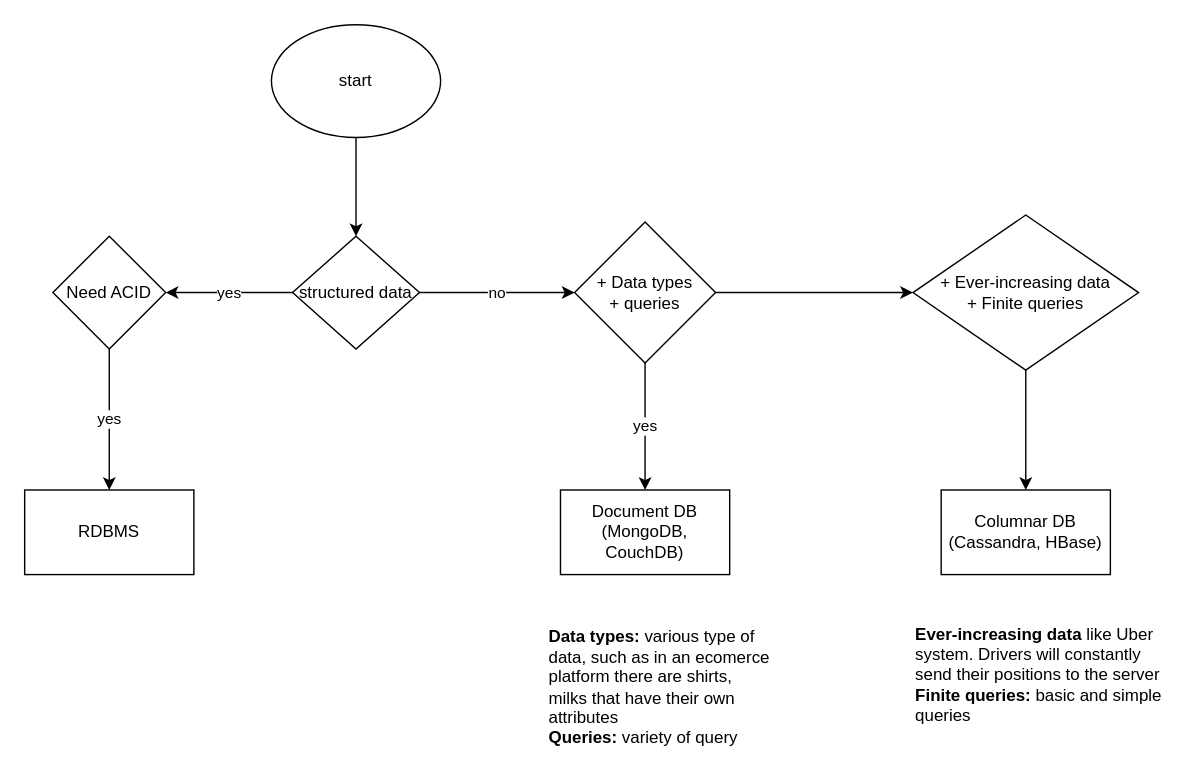
Earlier version of the draw.io diagram sql_nosql.drawio (kiennt9696/system-design). Source tidied: cells renumbered, new cells numbered last; positions are measured from the earlier drawing's top-left corner, leaving out a move shared by most shapes. Both pictures are drawn from the tidied source at 141%, with x=0, y=0 at pixel (24, 24).
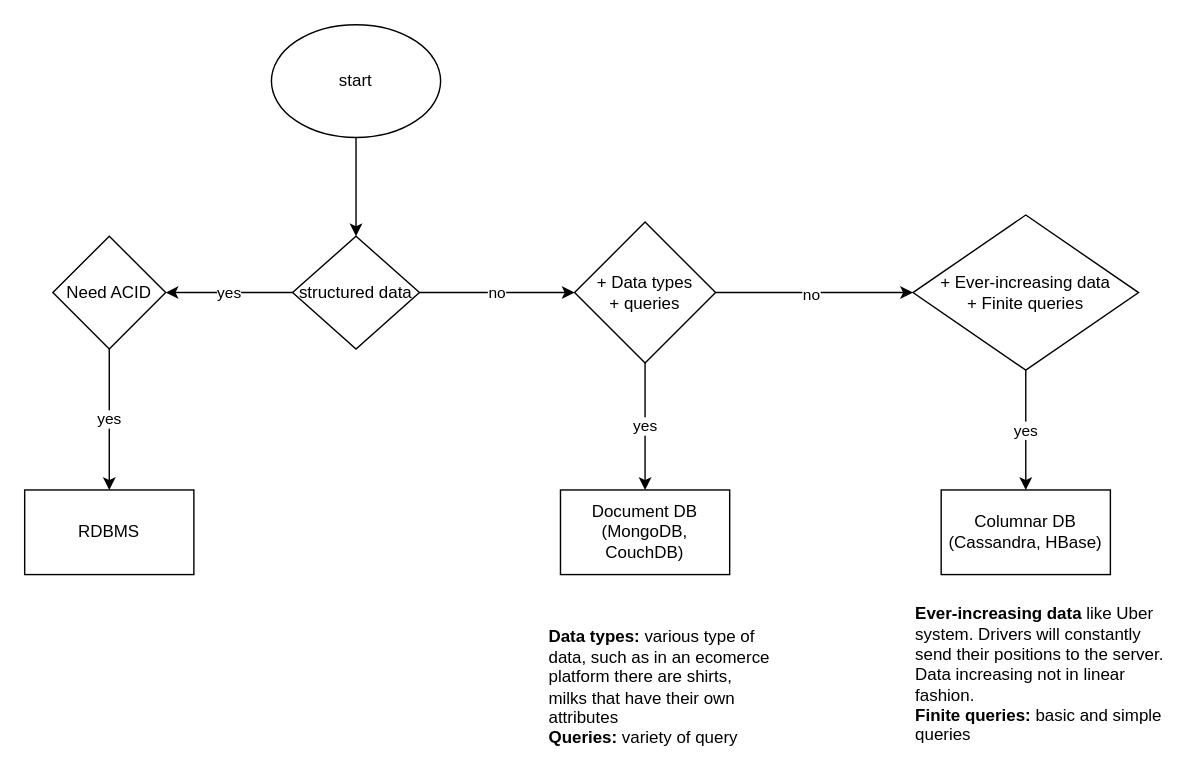
The same page after the edit.

Diff of the diagram source:
```diff
@@
 <mxGraphModel>
   <root>
     <mxCell id="0" />
     <mxCell id="1" parent="0" />
     <mxCell id="2" style="edgeStyle=orthogonalEdgeStyle;rounded=0;jettySize=auto;html=1;entryX=0.5;entryY=0;entryDx=0;entryDy=0;" parent="1" edge="1" source="3" target="6">
       <mxGeometry relative="1" as="geometry" />
     </mxCell>
     <mxCell id="3" value="start" style="ellipse;whiteSpace=wrap;html=1;" parent="1" vertex="1">
       <mxGeometry x="175" width="120" height="80" as="geometry" />
     </mxCell>
     <mxCell id="4" value="yes" style="edgeStyle=orthogonalEdgeStyle;rounded=0;jettySize=auto;html=1;" parent="1" edge="1" source="6" target="8">
       <mxGeometry relative="1" as="geometry" />
     </mxCell>
     <mxCell id="5" value="no" style="edgeStyle=orthogonalEdgeStyle;rounded=0;jettySize=auto;html=1;entryX=0;entryY=0.5;entryDx=0;entryDy=0;" parent="1" edge="1" source="6" target="12">
       <mxGeometry relative="1" as="geometry" />
     </mxCell>
     <mxCell id="6" value="structured data" style="rhombus;whiteSpace=wrap;html=1;" parent="1" vertex="1">
       <mxGeometry x="190" y="150" width="90" height="80" as="geometry" />
     </mxCell>
     <mxCell id="7" value="yes" style="edgeStyle=orthogonalEdgeStyle;rounded=0;jettySize=auto;html=1;" parent="1" edge="1" source="8" target="9">
       <mxGeometry relative="1" as="geometry" />
     </mxCell>
     <mxCell id="8" value="Need ACID" style="rhombus;whiteSpace=wrap;html=1;" parent="1" vertex="1">
       <mxGeometry x="20" y="150" width="80" height="80" as="geometry" />
     </mxCell>
     <mxCell id="9" value="RDBMS" style="rounded=0;whiteSpace=wrap;html=1;" parent="1" vertex="1">
       <mxGeometry y="330" width="120" height="60" as="geometry" />
     </mxCell>
     <mxCell id="10" value="yes" style="edgeStyle=orthogonalEdgeStyle;rounded=0;jettySize=auto;html=1;" parent="1" edge="1" source="12" target="13">
       <mxGeometry relative="1" as="geometry" />
     </mxCell>
     <mxCell id="11" style="edgeStyle=orthogonalEdgeStyle;rounded=0;jettySize=auto;html=1;" parent="1" edge="1" source="12" target="15">
       <mxGeometry relative="1" as="geometry" />
     </mxCell>
+    <mxCell id="19" value="no" style="edgeLabel;html=1;align=center;verticalAlign=middle;" parent="11" vertex="1">
+      <mxGeometry x="-0.04" y="-1" relative="1" as="geometry" />
+    </mxCell>
     <mxCell id="12" value="+ Data types&lt;div&gt;+ queries&lt;/div&gt;" style="rhombus;whiteSpace=wrap;html=1;" parent="1" vertex="1">
       <mxGeometry x="390" y="140" width="100" height="100" as="geometry" />
     </mxCell>
     <mxCell id="13" value="Document DB&lt;br&gt;(MongoDB, CouchDB)" style="whiteSpace=wrap;html=1;" parent="1" vertex="1">
       <mxGeometry x="380" y="330" width="120" height="60" as="geometry" />
     </mxCell>
-    <mxCell id="14" style="edgeStyle=orthogonalEdgeStyle;rounded=0;jettySize=auto;html=1;" parent="1" edge="1" source="15" target="17">
+    <mxCell id="14" value="yes" style="edgeStyle=orthogonalEdgeStyle;rounded=0;jettySize=auto;html=1;" parent="1" edge="1" source="15" target="17">
       <mxGeometry relative="1" as="geometry" />
     </mxCell>
     <mxCell id="15" value="+ Ever-increasing data&lt;br&gt;+ Finite queries" style="rhombus;whiteSpace=wrap;html=1;" parent="1" vertex="1">
       <mxGeometry x="630" y="135" width="160" height="110" as="geometry" />
     </mxCell>
     <mxCell id="16" value="&lt;b&gt;Data types:&lt;/b&gt; various type of data, such as in an ecomerce platform there are shirts, milks that have their own attributes&lt;br&gt;&lt;b&gt;Queries: &lt;/b&gt;variety of query" style="text;html=1;align=left;verticalAlign=middle;whiteSpace=wrap;rounded=0;" parent="1" vertex="1">
       <mxGeometry x="370" y="420" width="160" height="100" as="geometry" />
     </mxCell>
     <mxCell id="17" value="Columnar DB&lt;br&gt;(Cassandra, HBase)" style="whiteSpace=wrap;html=1;" parent="1" vertex="1">
       <mxGeometry x="650" y="330" width="120" height="60" as="geometry" />
     </mxCell>
-    <mxCell id="18" value="&lt;b&gt;Ever-increasing data&lt;/b&gt; like Uber system. Drivers will constantly send their positions to the server&lt;br&gt;&lt;b&gt;Finite queries: &lt;/b&gt;basic and simple queries" style="text;html=1;align=left;verticalAlign=middle;whiteSpace=wrap;rounded=0;" parent="1" vertex="1">
+    <mxCell id="18" value="&lt;b&gt;Ever-increasing data&lt;/b&gt; like Uber system. Drivers will constantly send their positions to the server. Data increasing not in linear fashion.&amp;nbsp;&lt;br&gt;&lt;b&gt;Finite queries: &lt;/b&gt;basic and simple queries" style="text;html=1;align=left;verticalAlign=middle;whiteSpace=wrap;rounded=0;" parent="1" vertex="1">
       <mxGeometry x="630" y="406" width="180" height="110" as="geometry" />
     </mxCell>
   </root>
 </mxGraphModel>
```
